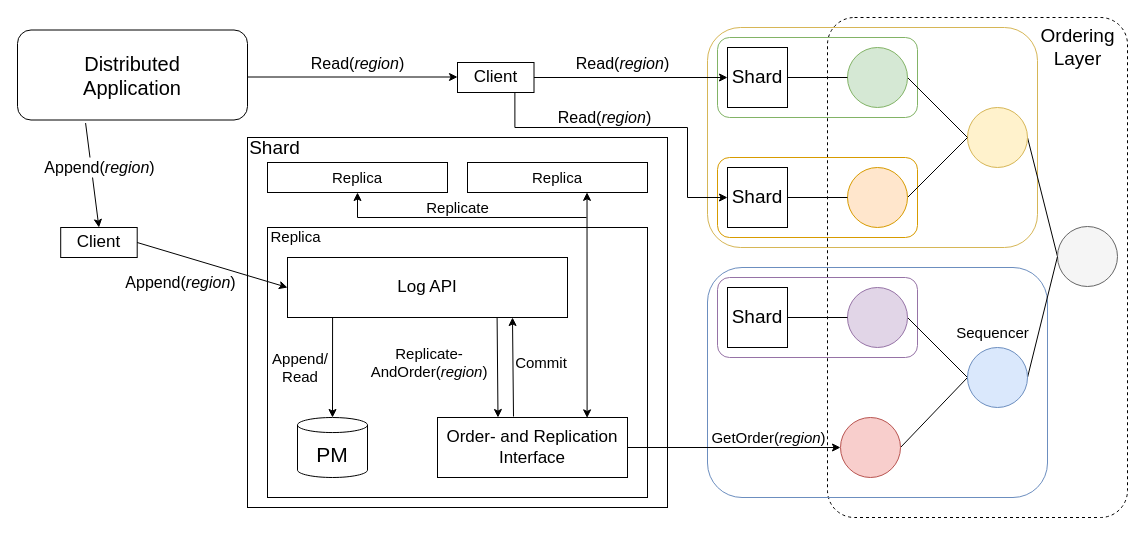
Above: docs/System_Arch2.drawio in nathanieltornow/PMLog (draw.io), before the change. Source tidied: cells renumbered, new cells numbered last; positions are measured from the earlier drawing's top-left corner, leaving out a move shared by most shapes. Both pictures are drawn from the tidied source at 100%, with x=0, y=0 at pixel (17, 17).
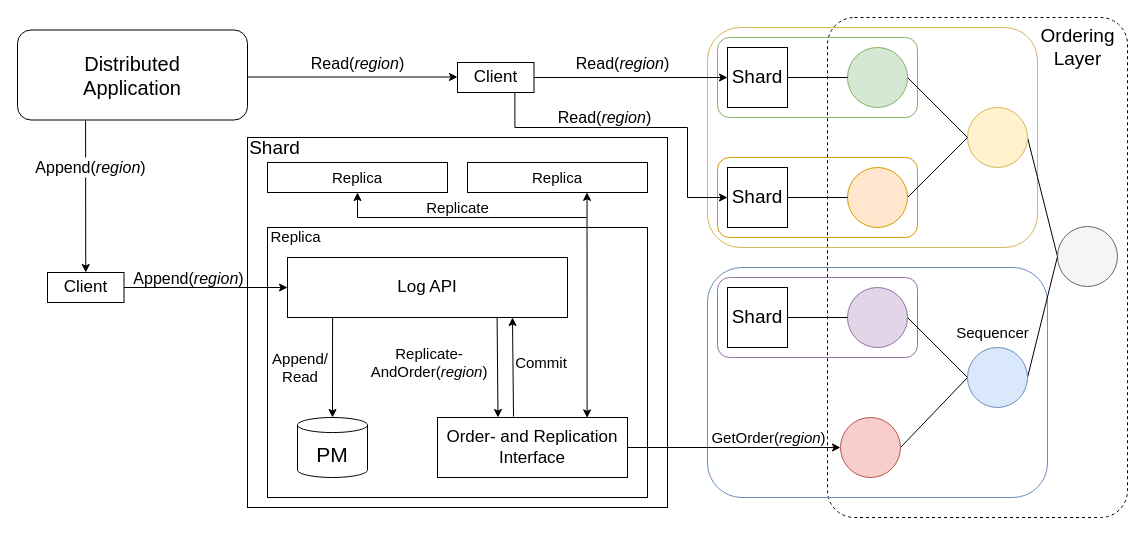
After the change.

The change refers to these unchanged cells:
```xml
<mxCell id="46" value="&lt;font style=&quot;font-size: 20px&quot;&gt;Distributed &lt;br&gt;Application&lt;/font&gt;" style="rounded=1;whiteSpace=wrap;html=1;fillColor=none;" parent="1" vertex="1">
  <mxGeometry y="12.5" width="230" height="90" as="geometry" />
</mxCell>
```

Change to the diagram source:
```diff
@@
-    <mxCell id="48" style="edgeStyle=none;rounded=0;jettySize=auto;html=1;exitX=0.5;exitY=0;exitDx=0;exitDy=0;entryX=0.296;entryY=1.034;entryDx=0;entryDy=0;entryPerimeter=0;startArrow=classic;startFill=1;endArrow=none;endFill=0;" parent="1" edge="1" source="49" target="46">
+    <mxCell id="48" style="edgeStyle=none;rounded=0;jettySize=auto;html=1;exitX=0.5;exitY=0;exitDx=0;exitDy=0;entryX=0.296;entryY=1.006;entryDx=0;entryDy=0;entryPerimeter=0;startArrow=classic;startFill=1;endArrow=none;endFill=0;" parent="1" edge="1" source="49" target="46">
       <mxGeometry relative="1" as="geometry" />
     </mxCell>
     <mxCell id="49" value="&lt;font style=&quot;font-size: 17px&quot;&gt;Client&lt;/font&gt;" style="rounded=0;whiteSpace=wrap;html=1;fillColor=none;" parent="1" vertex="1">
-      <mxGeometry x="43.2" y="210" width="76.5" height="30" as="geometry" />
+      <mxGeometry x="30" y="255" width="76.5" height="30" as="geometry" />
     </mxCell>
@@
     <mxCell id="51" value="&lt;span style=&quot;font-size: 16px&quot;&gt;Append(&lt;/span&gt;&lt;i style=&quot;font-size: 16px&quot;&gt;region&lt;/i&gt;&lt;span style=&quot;font-size: 16px&quot;&gt;)&lt;/span&gt;" style="text;html=1;align=center;verticalAlign=middle;strokeColor=none;fillColor=none;" parent="1" vertex="1">
-      <mxGeometry x="98" y="255" width="130" height="20" as="geometry" />
+      <mxGeometry x="105.5" y="251" width="130" height="20" as="geometry" />
     </mxCell>
@@
     <mxCell id="53" value="&lt;font style=&quot;font-size: 16px&quot;&gt;Append(&lt;i&gt;region&lt;/i&gt;)&lt;/font&gt;" style="text;html=1;align=center;verticalAlign=middle;fillColor=default;" parent="1" vertex="1">
-      <mxGeometry x="16.5" y="140" width="130" height="20" as="geometry" />
+      <mxGeometry x="7.5" y="140" width="130" height="20" as="geometry" />
     </mxCell>
```
